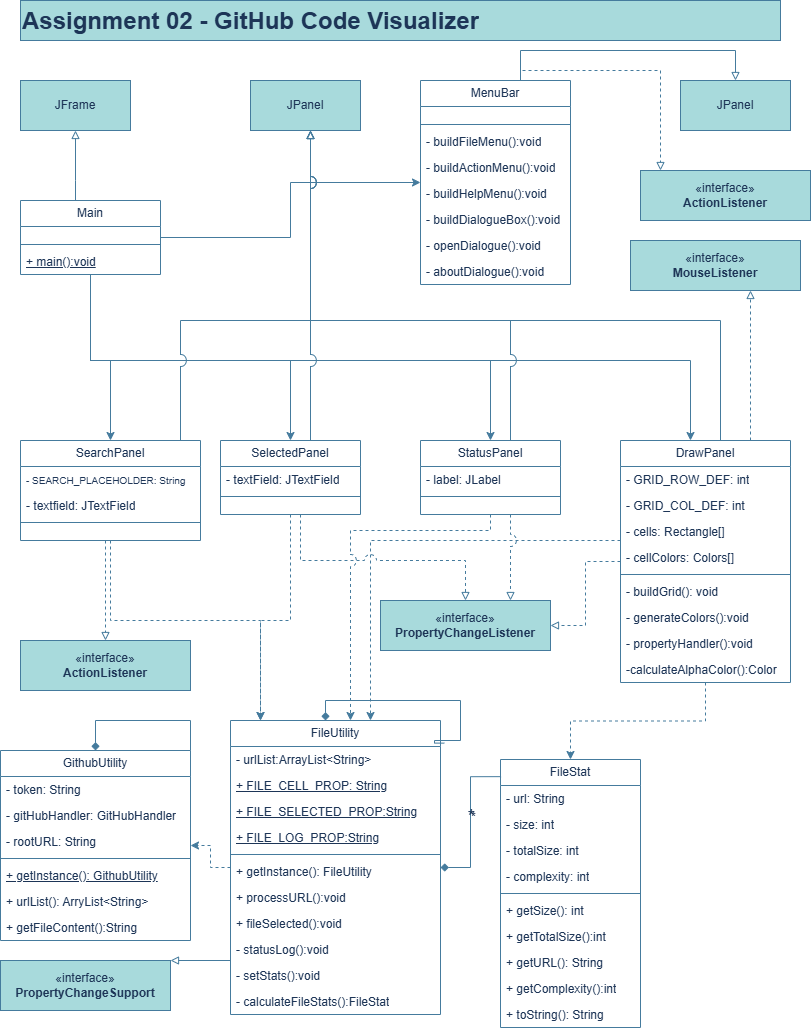
The draw.io diagram Assignment-02-GithubCodeVis/src/main/java/org/example/ASGN-02-UML.drawio.png in dreassantos/CSC-305-IndividualDesign-F25, before a commit. Source tidied: cells renumbered, new cells last; positions are measured from the earlier drawing's top-left corner, leaving out a move shared by most shapes.
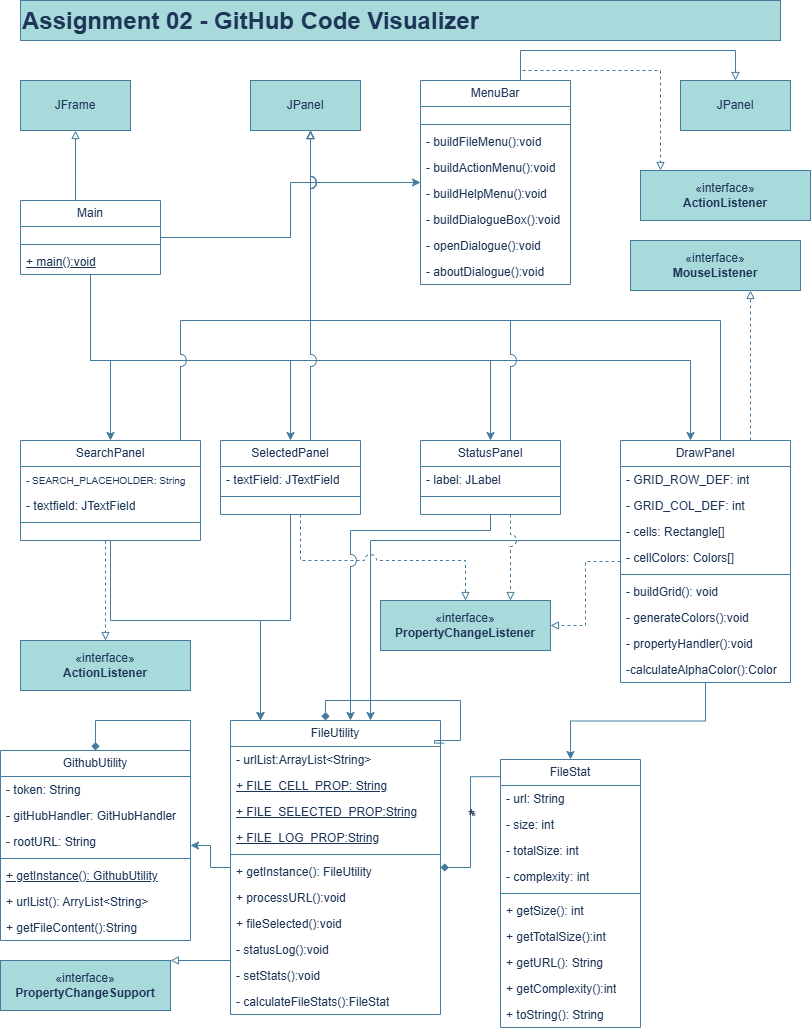
The same diagram one commit later.

Commit message:
Added JavaDoc Comments and UML

What changed in the source:
```diff
@@ -13,10 +13,10 @@
         </Array>
       </mxGeometry>
     </mxCell>
-    <mxCell id="4" style="edgeStyle=orthogonalEdgeStyle;rounded=0;jettySize=auto;html=1;dashed=1;labelBackgroundColor=none;strokeColor=#457B9D;fontColor=default;" parent="1" edge="1" source="8" target="18">
+    <mxCell id="4" style="edgeStyle=orthogonalEdgeStyle;rounded=0;jettySize=auto;html=1;labelBackgroundColor=none;strokeColor=#457B9D;fontColor=default;" parent="1" edge="1" source="8" target="18">
       <mxGeometry relative="1" as="geometry" />
     </mxCell>
-    <mxCell id="5" style="edgeStyle=orthogonalEdgeStyle;rounded=0;jettySize=auto;html=1;dashed=1;jumpStyle=arc;jumpSize=12;labelBackgroundColor=none;strokeColor=#457B9D;fontColor=default;" parent="1" edge="1" source="8" target="31">
+    <mxCell id="5" style="edgeStyle=orthogonalEdgeStyle;rounded=0;jettySize=auto;html=1;jumpStyle=arc;jumpSize=12;labelBackgroundColor=none;strokeColor=#457B9D;fontColor=default;" parent="1" edge="1" source="8" target="31">
       <mxGeometry relative="1" as="geometry">
         <Array as="points">
           <mxPoint x="370" y="540" />
@@ -97,7 +97,7 @@
     <mxCell id="28" value="+ toString(): String" style="text;strokeColor=none;fillColor=none;align=left;verticalAlign=top;spacingLeft=4;spacingRight=4;overflow=hidden;whiteSpace=wrap;html=1;labelBackgroundColor=none;fontColor=#1D3557;" parent="18" vertex="1">
       <mxGeometry y="242" width="140" height="26" as="geometry" />
     </mxCell>
-    <mxCell id="29" style="edgeStyle=orthogonalEdgeStyle;rounded=0;jettySize=auto;html=1;dashed=1;labelBackgroundColor=none;strokeColor=#457B9D;fontColor=default;" parent="1" edge="1" source="31" target="43">
+    <mxCell id="29" style="edgeStyle=orthogonalEdgeStyle;rounded=0;jettySize=auto;html=1;labelBackgroundColor=none;strokeColor=#457B9D;fontColor=default;" parent="1" edge="1" source="31" target="43">
       <mxGeometry relative="1" as="geometry" />
     </mxCell>
     <mxCell id="30" style="edgeStyle=orthogonalEdgeStyle;rounded=0;jettySize=auto;html=1;endArrow=block;endFill=0;labelBackgroundColor=none;strokeColor=#457B9D;fontColor=default;" parent="1" edge="1" source="31" target="86">
@@ -239,7 +239,7 @@
         </Array>
       </mxGeometry>
     </mxCell>
-    <mxCell id="63" style="edgeStyle=orthogonalEdgeStyle;rounded=0;jettySize=auto;html=1;dashed=1;labelBackgroundColor=none;strokeColor=#457B9D;fontColor=default;" parent="1" edge="1" source="64" target="31">
+    <mxCell id="63" style="edgeStyle=orthogonalEdgeStyle;rounded=0;jettySize=auto;html=1;labelBackgroundColor=none;strokeColor=#457B9D;fontColor=default;" parent="1" edge="1" source="64" target="31">
       <mxGeometry relative="1" as="geometry">
         <Array as="points">
           <mxPoint x="110" y="620" />
@@ -278,7 +278,7 @@
         </Array>
       </mxGeometry>
     </mxCell>
-    <mxCell id="71" style="edgeStyle=orthogonalEdgeStyle;rounded=0;jettySize=auto;html=1;dashed=1;labelBackgroundColor=none;strokeColor=#457B9D;fontColor=default;" parent="1" edge="1" source="72">
+    <mxCell id="71" style="edgeStyle=orthogonalEdgeStyle;rounded=0;jettySize=auto;html=1;labelBackgroundColor=none;strokeColor=#457B9D;fontColor=default;" parent="1" edge="1" source="72">
       <mxGeometry relative="1" as="geometry">
         <mxPoint x="260" y="720" as="targetPoint" />
         <Array as="points">
@@ -307,7 +307,7 @@
         </Array>
       </mxGeometry>
     </mxCell>
-    <mxCell id="77" style="edgeStyle=orthogonalEdgeStyle;rounded=0;jettySize=auto;html=1;jumpStyle=arc;jumpSize=12;dashed=1;labelBackgroundColor=none;strokeColor=#457B9D;fontColor=default;" parent="1" edge="1" source="79" target="31">
+    <mxCell id="77" style="edgeStyle=orthogonalEdgeStyle;rounded=0;jettySize=auto;html=1;jumpStyle=arc;jumpSize=12;labelBackgroundColor=none;strokeColor=#457B9D;fontColor=default;" parent="1" edge="1" source="79" target="31">
       <mxGeometry relative="1" as="geometry">
         <Array as="points">
           <mxPoint x="490" y="530" />
```
